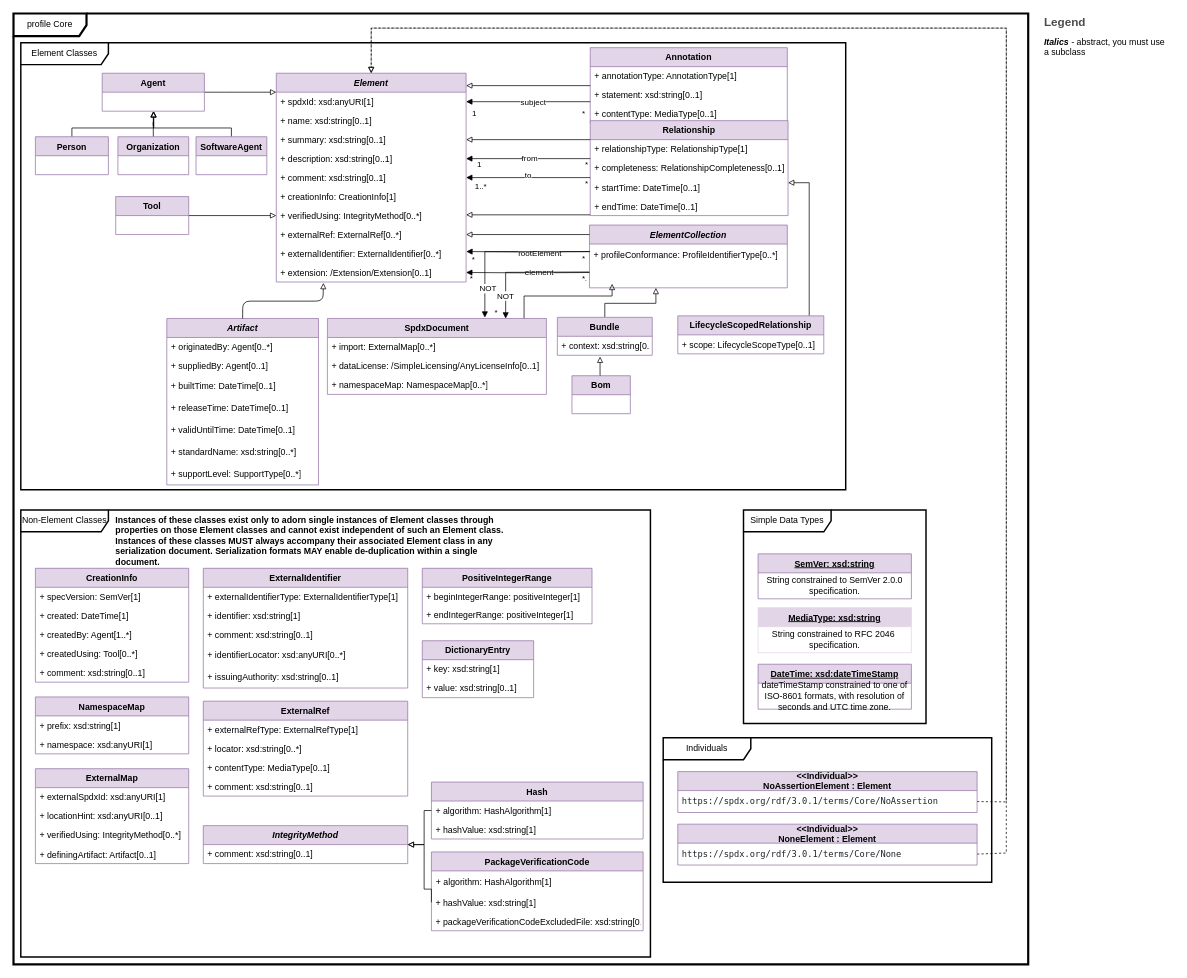
This is page "Core" (1 of 11) of model.drawio from spdx/spdx-3-model, a draw.io file, before an edit. Source tidied: cells renumbered, new cells numbered last; positions are measured from the earlier drawing's top-left corner, leaving out a move shared by most shapes. Both pictures are drawn from the tidied source at 73%, with x=0, y=0 at pixel (13, 13).
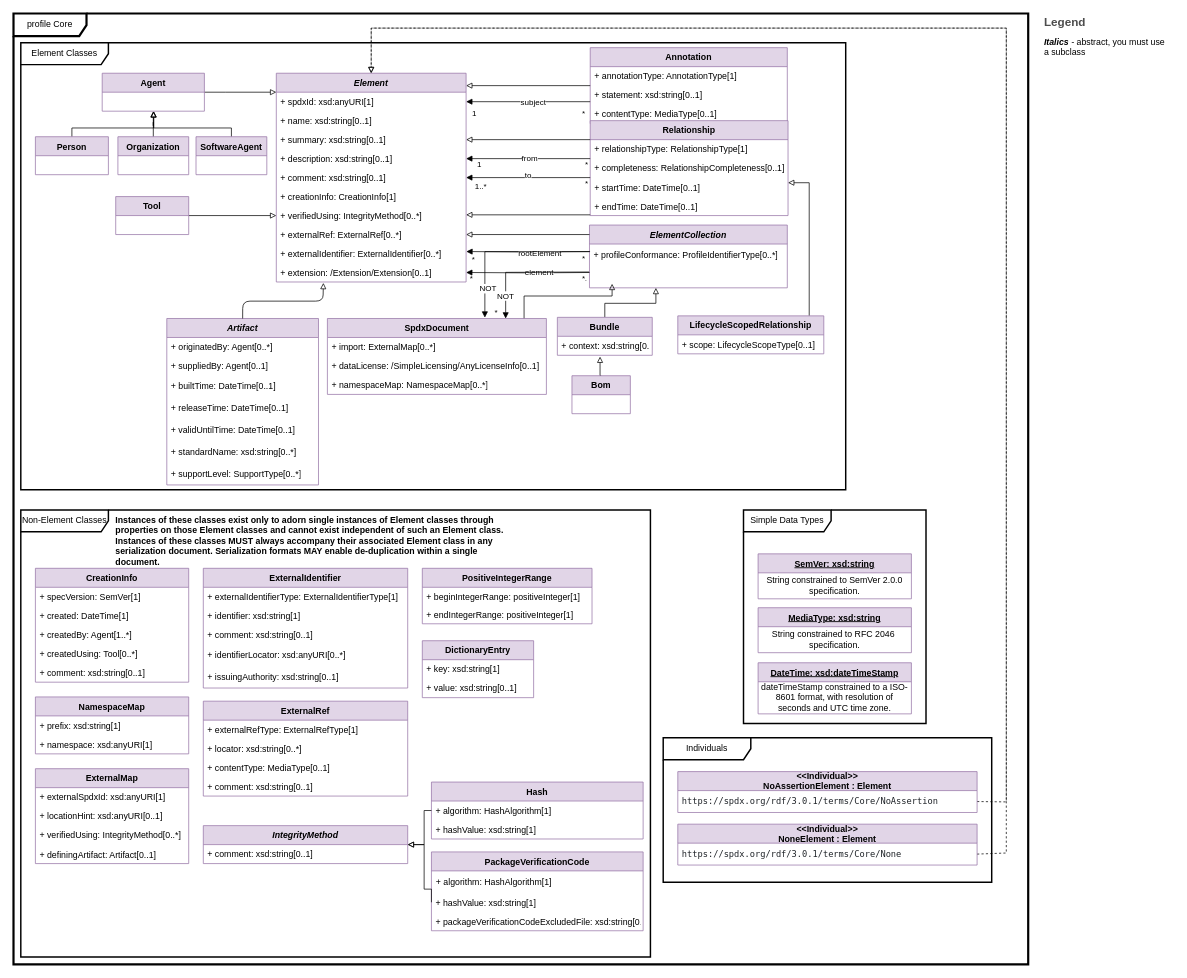
The same diagram, later.

Diff of the diagram source:
```diff
@@
-    <mxCell id="97" value="MediaType: xsd:string" style="swimlane;fontStyle=5;horizontal=1;startSize=26;fillColor=#e1d5e7;strokeColor=#e2d5e7;" parent="1" vertex="1">
+    <mxCell id="97" value="MediaType: xsd:string" style="swimlane;fontStyle=5;horizontal=1;startSize=26;fillColor=#e1d5e7;strokeColor=#9673A6;" parent="1" vertex="1">
       <mxGeometry x="1020" y="814" width="210" height="61.6" as="geometry" />
     </mxCell>
@@
     <mxCell id="135" value="DateTime: xsd:dateTimeStamp" style="swimlane;fontStyle=5;horizontal=1;startSize=26;fillColor=#e1d5e7;strokeColor=#9673a6;" parent="1" vertex="1">
-      <mxGeometry x="1020" y="891.4" width="210" height="61.6" as="geometry" />
+      <mxGeometry x="1020" y="889.4" width="210" height="70" as="geometry" />
     </mxCell>
-    <mxCell id="136" value="dateTimeStamp constrained to one of ISO-8601 formats, with resolution of seconds and UTC time zone." style="text;html=1;strokeColor=none;fillColor=none;align=center;verticalAlign=middle;whiteSpace=wrap;rounded=0;" parent="135" vertex="1">
-      <mxGeometry y="26" width="210" height="35.6" as="geometry" />
+    <mxCell id="136" value="dateTimeStamp constrained to a ISO-8601 format, with resolution of seconds and UTC time zone." style="text;html=1;strokeColor=none;fillColor=none;align=center;verticalAlign=middle;whiteSpace=wrap;rounded=0;" parent="135" vertex="1">
+      <mxGeometry y="26" width="210" height="44" as="geometry" />
     </mxCell>
```
